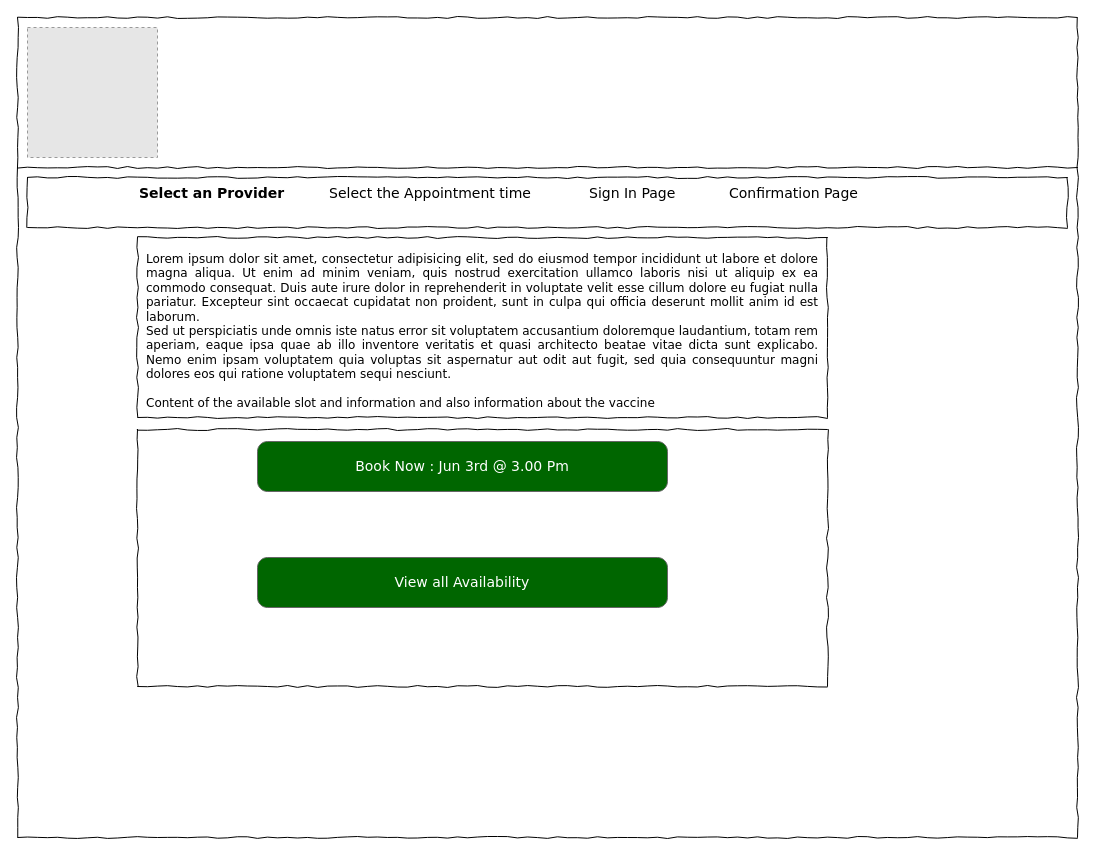
Janani-Manoharan/CovidDots keeps this draw.io diagram as Select an Provider.drawio. Above is the earlier version. Source tidied: cells renumbered, new cells numbered last; positions are measured from the earlier drawing's top-left corner, leaving out a move shared by most shapes. Both pictures are drawn from the tidied source at 100%, with x=0, y=0 at pixel (17, 17). Pictures stored in the file or linked from it are replaced by grey dashed boxes.
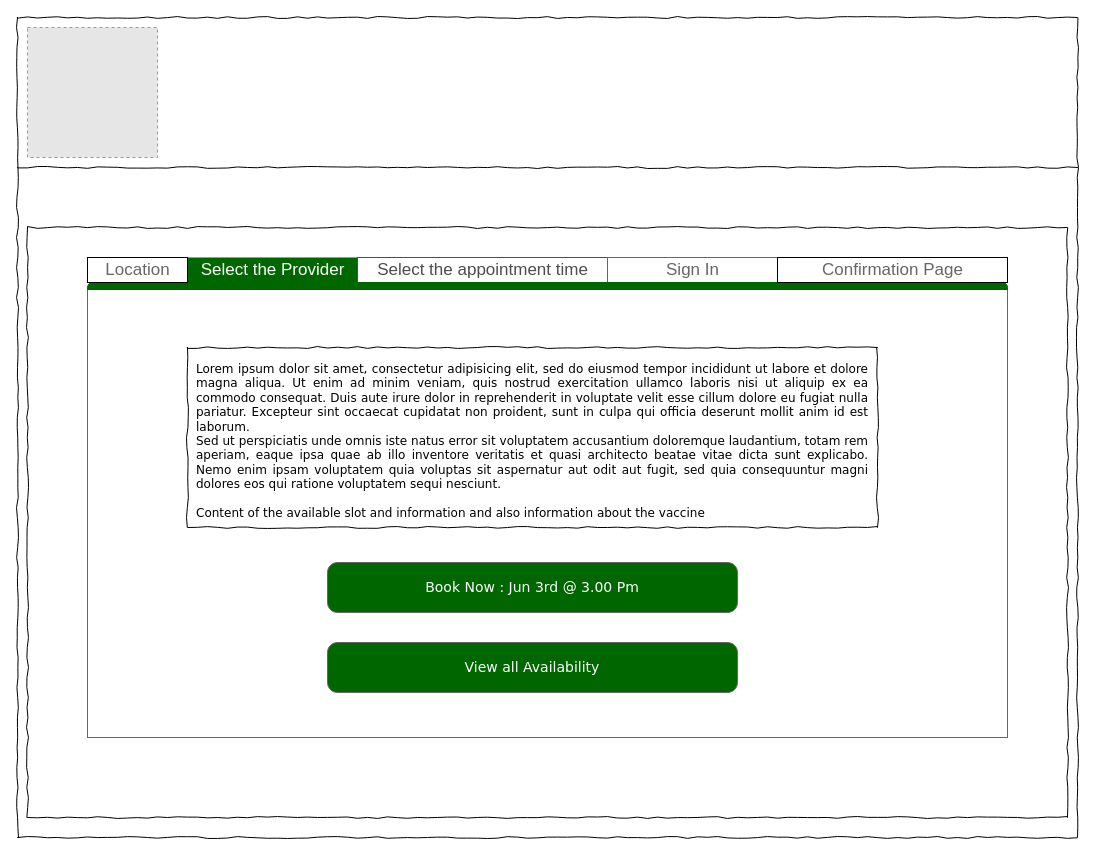
The same diagram, later.

The edit, as a diff of the source:
```diff
@@
 <mxGraphModel>
   <root>
     <mxCell id="0" />
     <mxCell id="1" parent="0" />
     <mxCell id="2" style="whiteSpace=wrap;html=1;rounded=0;shadow=0;labelBackgroundColor=none;strokeColor=#000000;strokeWidth=1;fillColor=none;fontFamily=Verdana;fontSize=12;fontColor=#000000;align=center;comic=1;" parent="1" vertex="1">
       <mxGeometry width="1060" height="820" as="geometry" />
     </mxCell>
     <mxCell id="3" style="whiteSpace=wrap;html=1;rounded=0;shadow=0;labelBackgroundColor=none;strokeWidth=1;fillColor=none;fontFamily=Verdana;fontSize=12;align=center;comic=1;" parent="1" vertex="1">
       <mxGeometry x="120" y="412" width="690" height="257" as="geometry" />
     </mxCell>
     <mxCell id="4" style="line;strokeWidth=1;html=1;rounded=0;shadow=0;labelBackgroundColor=none;fillColor=none;fontFamily=Verdana;fontSize=14;fontColor=#000000;align=center;comic=1;" parent="1" vertex="1">
       <mxGeometry y="130" width="1060" height="40" as="geometry" />
     </mxCell>
     <mxCell id="5" style="whiteSpace=wrap;html=1;rounded=0;shadow=0;labelBackgroundColor=none;strokeWidth=1;fillColor=none;fontFamily=Verdana;fontSize=12;align=center;comic=1;" parent="1" vertex="1">
-      <mxGeometry x="10" y="160" width="1040" height="50" as="geometry" />
+      <mxGeometry x="10" y="210" width="1040" height="590" as="geometry" />
     </mxCell>
-    <mxCell id="6" value="&lt;b&gt;Select an Provider&amp;nbsp;&lt;/b&gt;" style="text;html=1;align=left;verticalAlign=top;spacingTop=-4;fontSize=14;fontFamily=Verdana;" parent="1" vertex="1">
-      <mxGeometry x="120" y="165" width="60" height="20" as="geometry" />
-    </mxCell>
+    <mxCell id="13" style="fillColor=#E6E6E6;strokeColor=#999999;dashed=1;verticalLabelPosition=bottom;verticalAlign=top;" parent="1" vertex="1">
+      <mxGeometry x="10" y="10" width="130" height="130" as="geometry" />
+    </mxCell>
+    <mxCell id="14" style="strokeWidth=1;shadow=0;dashed=0;align=center;html=1;shape=mxgraph.mockup.containers.marginRect2;rectMarginTop=32;gradientColor=none;strokeColor=#666666;" parent="1" vertex="1">
+      <mxGeometry x="70" y="240" width="920" height="480" as="geometry" />
+    </mxCell>
+    <mxCell id="15" value="Select the Provider" style="strokeColor=#82b366;strokeWidth=1;shadow=0;dashed=0;align=center;html=1;shape=mxgraph.mockup.containers.rrect;rSize=0;fontSize=17;gradientColor=none;fillColor=#006600;fontColor=#FFFFFF;" parent="14" vertex="1">
+      <mxGeometry width="170" height="25" relative="1" as="geometry">
+        <mxPoint x="100" as="offset" />
+      </mxGeometry>
+    </mxCell>
+    <mxCell id="16" value="&lt;font color=&quot;#4d4d4d&quot;&gt;Select the appointment time&lt;/font&gt;" style="strokeWidth=1;shadow=0;dashed=0;align=center;html=1;shape=mxgraph.mockup.containers.rrect;rSize=0;fontSize=17;fontColor=#ffffff;fillColor=none;strokeColor=#4D4D4D;" parent="14" vertex="1">
+      <mxGeometry width="250" height="25" relative="1" as="geometry">
+        <mxPoint x="270" as="offset" />
+      </mxGeometry>
+    </mxCell>
+    <mxCell id="17" value="Sign In" style="strokeColor=inherit;fillColor=inherit;gradientColor=inherit;strokeWidth=1;shadow=0;dashed=0;align=center;html=1;shape=mxgraph.mockup.containers.rrect;rSize=0;fontSize=17;fontColor=#666666;gradientColor=none;" parent="14" vertex="1">
+      <mxGeometry width="170" height="25" relative="1" as="geometry">
+        <mxPoint x="520" as="offset" />
+      </mxGeometry>
+    </mxCell>
+    <mxCell id="18" style="strokeWidth=1;shadow=0;dashed=0;align=center;html=1;shape=mxgraph.mockup.containers.topButton;rSize=5;gradientColor=none;fillColor=#006600;strokeColor=#006600;" parent="14" vertex="1">
+      <mxGeometry width="920" height="7" relative="1" as="geometry">
+        <mxPoint y="25" as="offset" />
+      </mxGeometry>
+    </mxCell>
-    <mxCell id="7" value="&lt;div style=&quot;text-align: justify&quot;&gt;&lt;span&gt;Lorem ipsum dolor sit amet, consectetur adipisicing elit, sed do eiusmod tempor incididunt ut labore et dolore magna aliqua. Ut enim ad minim veniam, quis nostrud exercitation ullamco laboris nisi ut aliquip ex ea commodo consequat. Duis aute irure dolor in reprehenderit in voluptate velit esse cillum dolore eu fugiat nulla pariatur. Excepteur sint occaecat cupidatat non proident, sunt in culpa qui officia deserunt mollit anim id est laborum.&lt;/span&gt;&lt;/div&gt;&lt;div style=&quot;text-align: justify&quot;&gt;&lt;span&gt;Sed ut perspiciatis unde omnis iste natus error sit voluptatem accusantium doloremque laudantium, totam rem aperiam, eaque ipsa quae ab illo inventore veritatis et quasi architecto beatae vitae dicta sunt explicabo. Nemo enim ipsam voluptatem quia voluptas sit aspernatur aut odit aut fugit, sed quia consequuntur magni dolores eos qui ratione voluptatem sequi nesciunt.&amp;nbsp;&lt;/span&gt;&lt;/div&gt;&lt;div style=&quot;text-align: justify&quot;&gt;&lt;span&gt;&lt;br&gt;&lt;/span&gt;&lt;/div&gt;&lt;div style=&quot;text-align: justify&quot;&gt;&lt;span&gt;Content of the available slot and information and also information about the vaccine&lt;/span&gt;&lt;/div&gt;" style="whiteSpace=wrap;html=1;rounded=0;shadow=0;labelBackgroundColor=none;strokeWidth=1;fillColor=none;fontFamily=Verdana;fontSize=12;align=center;verticalAlign=top;spacing=10;comic=1;" parent="1" vertex="1">
-      <mxGeometry x="120" y="220" width="690" height="180" as="geometry" />
+    <mxCell id="7" value="&lt;div style=&quot;text-align: justify&quot;&gt;&lt;span&gt;Lorem ipsum dolor sit amet, consectetur adipisicing elit, sed do eiusmod tempor incididunt ut labore et dolore magna aliqua. Ut enim ad minim veniam, quis nostrud exercitation ullamco laboris nisi ut aliquip ex ea commodo consequat. Duis aute irure dolor in reprehenderit in voluptate velit esse cillum dolore eu fugiat nulla pariatur. Excepteur sint occaecat cupidatat non proident, sunt in culpa qui officia deserunt mollit anim id est laborum.&lt;/span&gt;&lt;/div&gt;&lt;div style=&quot;text-align: justify&quot;&gt;&lt;span&gt;Sed ut perspiciatis unde omnis iste natus error sit voluptatem accusantium doloremque laudantium, totam rem aperiam, eaque ipsa quae ab illo inventore veritatis et quasi architecto beatae vitae dicta sunt explicabo. Nemo enim ipsam voluptatem quia voluptas sit aspernatur aut odit aut fugit, sed quia consequuntur magni dolores eos qui ratione voluptatem sequi nesciunt.&amp;nbsp;&lt;/span&gt;&lt;/div&gt;&lt;div style=&quot;text-align: justify&quot;&gt;&lt;span&gt;&lt;br&gt;&lt;/span&gt;&lt;/div&gt;&lt;div style=&quot;text-align: justify&quot;&gt;&lt;span&gt;Content of the available slot and information and also information about the vaccine&lt;/span&gt;&lt;/div&gt;" style="whiteSpace=wrap;html=1;rounded=0;shadow=0;labelBackgroundColor=none;strokeWidth=1;fillColor=none;fontFamily=Verdana;fontSize=12;align=center;verticalAlign=top;spacing=10;comic=1;" parent="14" vertex="1">
+      <mxGeometry x="100" y="90" width="690" height="180" as="geometry" />
     </mxCell>
-    <mxCell id="8" value="Select the Appointment time" style="text;html=1;align=left;verticalAlign=top;spacingTop=-4;fontSize=14;fontFamily=Verdana;" parent="1" vertex="1">
-      <mxGeometry x="310" y="165" width="60" height="20" as="geometry" />
-    </mxCell>
-    <mxCell id="9" value="Sign In Page" style="text;html=1;align=left;verticalAlign=top;spacingTop=-4;fontSize=14;fontFamily=Verdana;" parent="1" vertex="1">
-      <mxGeometry x="570" y="165" width="60" height="20" as="geometry" />
-    </mxCell>
-    <mxCell id="10" value="Confirmation Page" style="text;html=1;align=left;verticalAlign=top;spacingTop=-4;fontSize=14;fontFamily=Verdana;" parent="1" vertex="1">
-      <mxGeometry x="710" y="165" width="60" height="20" as="geometry" />
-    </mxCell>
-    <mxCell id="11" value="&lt;span style=&quot;font-family: verdana; font-size: 14px; font-weight: 400; text-align: left;&quot;&gt;Book Now : Jun 3rd @ 3.00 Pm&lt;/span&gt;" style="strokeWidth=1;shadow=0;dashed=0;align=center;html=1;shape=mxgraph.mockup.buttons.button;strokeColor=#666666;mainText=;buttonStyle=round;fontSize=17;fontStyle=1;whiteSpace=wrap;fillColor=#006600;fontColor=#FFFFFF;" parent="1" vertex="1">
-      <mxGeometry x="240" y="424" width="410" height="50" as="geometry" />
+    <mxCell id="11" value="&lt;span style=&quot;font-family: verdana; font-size: 14px; font-weight: 400; text-align: left;&quot;&gt;Book Now : Jun 3rd @ 3.00 Pm&lt;/span&gt;" style="strokeWidth=1;shadow=0;dashed=0;align=center;html=1;shape=mxgraph.mockup.buttons.button;strokeColor=#666666;mainText=;buttonStyle=round;fontSize=17;fontStyle=1;whiteSpace=wrap;fillColor=#006600;fontColor=#FFFFFF;" parent="14" vertex="1">
+      <mxGeometry x="240" y="305" width="410" height="50" as="geometry" />
     </mxCell>
-    <mxCell id="12" value="&lt;span style=&quot;font-family: verdana; font-size: 14px; font-weight: 400; text-align: left;&quot;&gt;View all Availability&lt;/span&gt;" style="strokeWidth=1;shadow=0;dashed=0;align=center;html=1;shape=mxgraph.mockup.buttons.button;strokeColor=#666666;mainText=;buttonStyle=round;fontSize=17;fontStyle=1;whiteSpace=wrap;fontColor=#FFFFFF;fillColor=#006600;" parent="1" vertex="1">
-      <mxGeometry x="240" y="540" width="410" height="50" as="geometry" />
+    <mxCell id="12" value="&lt;span style=&quot;font-family: verdana; font-size: 14px; font-weight: 400; text-align: left;&quot;&gt;View all Availability&lt;/span&gt;" style="strokeWidth=1;shadow=0;dashed=0;align=center;html=1;shape=mxgraph.mockup.buttons.button;strokeColor=#666666;mainText=;buttonStyle=round;fontSize=17;fontStyle=1;whiteSpace=wrap;fontColor=#FFFFFF;fillColor=#006600;" parent="14" vertex="1">
+      <mxGeometry x="240" y="385" width="410" height="50" as="geometry" />
     </mxCell>
-    <mxCell id="13" style="fillColor=#E6E6E6;strokeColor=#999999;dashed=1;verticalLabelPosition=bottom;verticalAlign=top;" parent="1" vertex="1">
-      <mxGeometry x="10" y="10" width="130" height="130" as="geometry" />
-    </mxCell>
+    <mxCell id="10" value="Confirmation Page" style="strokeColor=inherit;fillColor=inherit;gradientColor=inherit;strokeWidth=1;shadow=0;dashed=0;align=center;html=1;shape=mxgraph.mockup.containers.rrect;rSize=0;fontSize=17;fontColor=#666666;gradientColor=none;" parent="1" vertex="1">
+      <mxGeometry x="760" y="240" width="230" height="25" as="geometry" />
+    </mxCell>
+    <mxCell id="19" value="Location" style="strokeColor=inherit;fillColor=inherit;gradientColor=inherit;strokeWidth=1;shadow=0;dashed=0;align=center;html=1;shape=mxgraph.mockup.containers.rrect;rSize=0;fontSize=17;fontColor=#666666;gradientColor=none;" parent="1" vertex="1">
+      <mxGeometry x="70" y="240" width="100" height="25" as="geometry" />
+    </mxCell>
   </root>
 </mxGraphModel>
```
